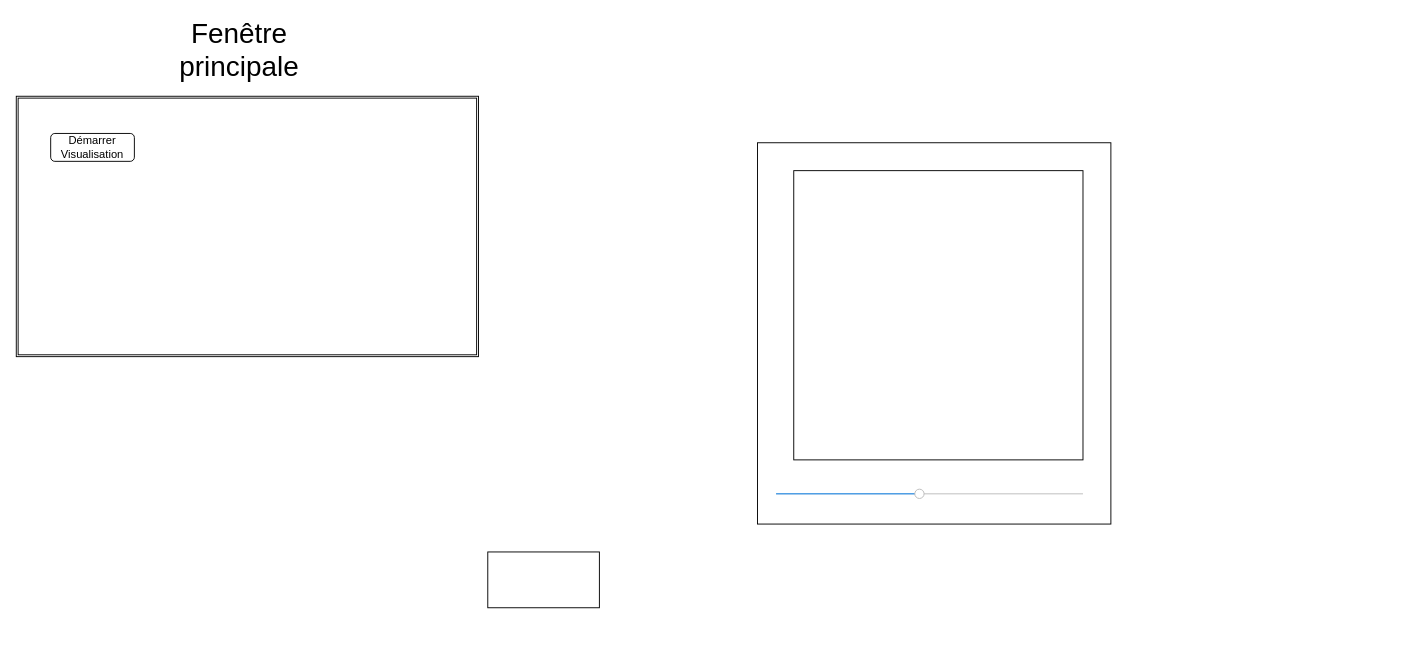
lecuek/SpheroidViz keeps this draw.io diagram as visualisation de la fenêtre.drawio. Above is the earlier version. Source tidied: cells renumbered, new cells numbered last; positions are measured from the earlier drawing's top-left corner, leaving out a move shared by most shapes. Both pictures are drawn from the tidied source at 93%, with x=0, y=0 at pixel (16, 40).
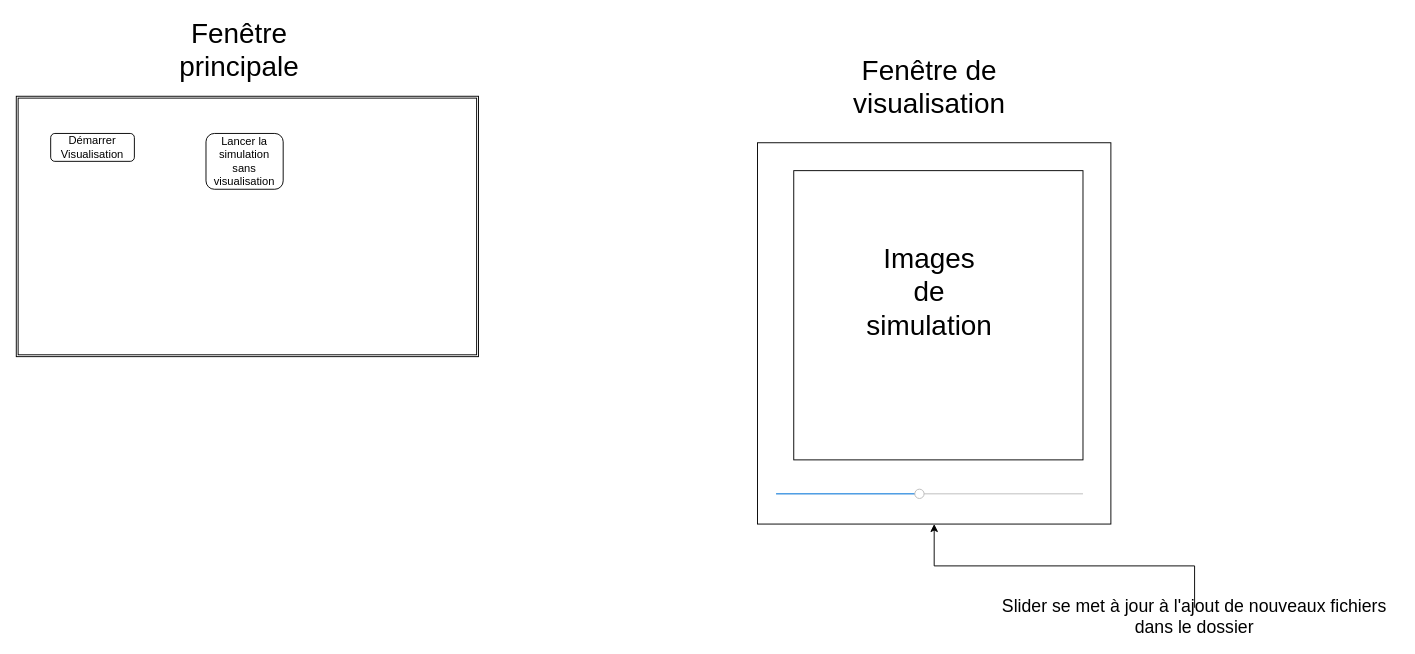
The same page after the edit.

What changed in the source:
```diff
@@
 <mxGraphModel>
   <root>
     <mxCell id="0" />
     <mxCell id="1" parent="0" />
     <mxCell id="2" style="shape=ext;double=1;rounded=0;whiteSpace=wrap;html=1;" parent="1" vertex="1">
       <mxGeometry y="60" width="497" height="280" as="geometry" />
     </mxCell>
     <mxCell id="3" value="&lt;div&gt;Démarrer Visualisation&lt;/div&gt;" style="rounded=1;whiteSpace=wrap;html=1;" parent="1" vertex="1">
       <mxGeometry x="37" y="100" width="90" height="30" as="geometry" />
     </mxCell>
     <mxCell id="4" value="Fenêtre principale" style="text;html=1;strokeColor=none;fillColor=none;align=center;verticalAlign=middle;whiteSpace=wrap;rounded=0;fontSize=30;" parent="1" vertex="1">
       <mxGeometry x="220" width="40" height="20" as="geometry" />
     </mxCell>
     <mxCell id="5" style="rounded=0;whiteSpace=wrap;html=1;fontSize=30;" parent="1" vertex="1">
       <mxGeometry x="797" y="110" width="380" height="410" as="geometry" />
     </mxCell>
-    <mxCell id="6" style="rounded=0;whiteSpace=wrap;html=1;fontSize=30;" parent="1" vertex="1">
-      <mxGeometry x="507" y="550" width="120" height="60" as="geometry" />
-    </mxCell>
     <mxCell id="7" style="whiteSpace=wrap;html=1;fontSize=30;" parent="1" vertex="1">
       <mxGeometry x="836" y="140" width="311" height="311" as="geometry" />
     </mxCell>
     <mxCell id="8" style="html=1;verticalLabelPosition=bottom;labelBackgroundColor=#ffffff;verticalAlign=top;shadow=0;dashed=0;strokeWidth=1;shape=mxgraph.ios7ui.slider;barPos=46.71;strokeColor=#0080f0;fillColor=#ffffff;strokeColor2=#a0a0a0;fontSize=30;" parent="1" vertex="1">
       <mxGeometry x="817" y="480" width="330" height="15" as="geometry" />
     </mxCell>
+    <mxCell id="9" value="Lancer la simulation sans visualisation" style="rounded=1;whiteSpace=wrap;html=1;" parent="1" vertex="1">
+      <mxGeometry x="204" y="100" width="83" height="60" as="geometry" />
+    </mxCell>
+    <mxCell id="10" value="&lt;div&gt;Fenêtre de visualisation&lt;/div&gt;" style="text;html=1;strokeColor=none;fillColor=none;align=center;verticalAlign=middle;whiteSpace=wrap;rounded=0;fontSize=30;" parent="1" vertex="1">
+      <mxGeometry x="962" y="40" width="40" height="20" as="geometry" />
+    </mxCell>
+    <mxCell id="11" style="edgeStyle=orthogonalEdgeStyle;rounded=0;jettySize=auto;html=1;fontSize=19;" parent="1" edge="1" source="12" target="5">
+      <mxGeometry relative="1" as="geometry" />
+    </mxCell>
+    <mxCell id="12" value="&lt;div style=&quot;font-size: 19px;&quot;&gt;Slider se met à jour à l'ajout de nouveaux fichiers dans le dossier &lt;br style=&quot;font-size: 19px;&quot;&gt;&lt;/div&gt;" style="text;html=1;strokeColor=none;fillColor=none;align=center;verticalAlign=middle;whiteSpace=wrap;rounded=0;fontSize=19;" parent="1" vertex="1">
+      <mxGeometry x="1047" y="610" width="440" height="20" as="geometry" />
+    </mxCell>
+    <mxCell id="13" value="Images de simulation" style="text;html=1;strokeColor=none;fillColor=none;align=center;verticalAlign=middle;whiteSpace=wrap;rounded=0;fontSize=30;" parent="1" vertex="1">
+      <mxGeometry x="962" y="260" width="40" height="20" as="geometry" />
+    </mxCell>
   </root>
 </mxGraphModel>
```
